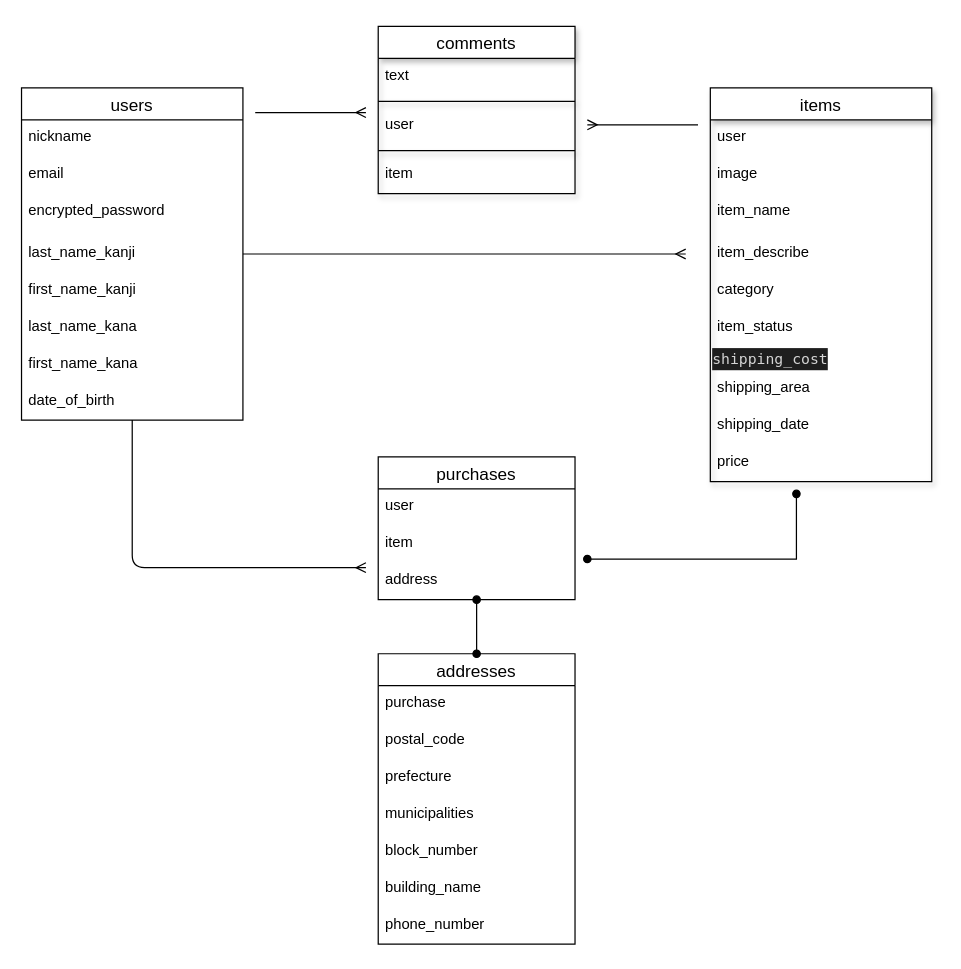
This is page "ページ1" (1 of 2) of furima.dio from taka-0713/furima-32616, a draw.io file, before an edit. Source tidied: cells renumbered, new cells numbered last; positions are measured from the earlier drawing's top-left corner, leaving out a move shared by most shapes. Both pictures are drawn from the tidied source at 123%, with x=0, y=0 at pixel (21, 26).
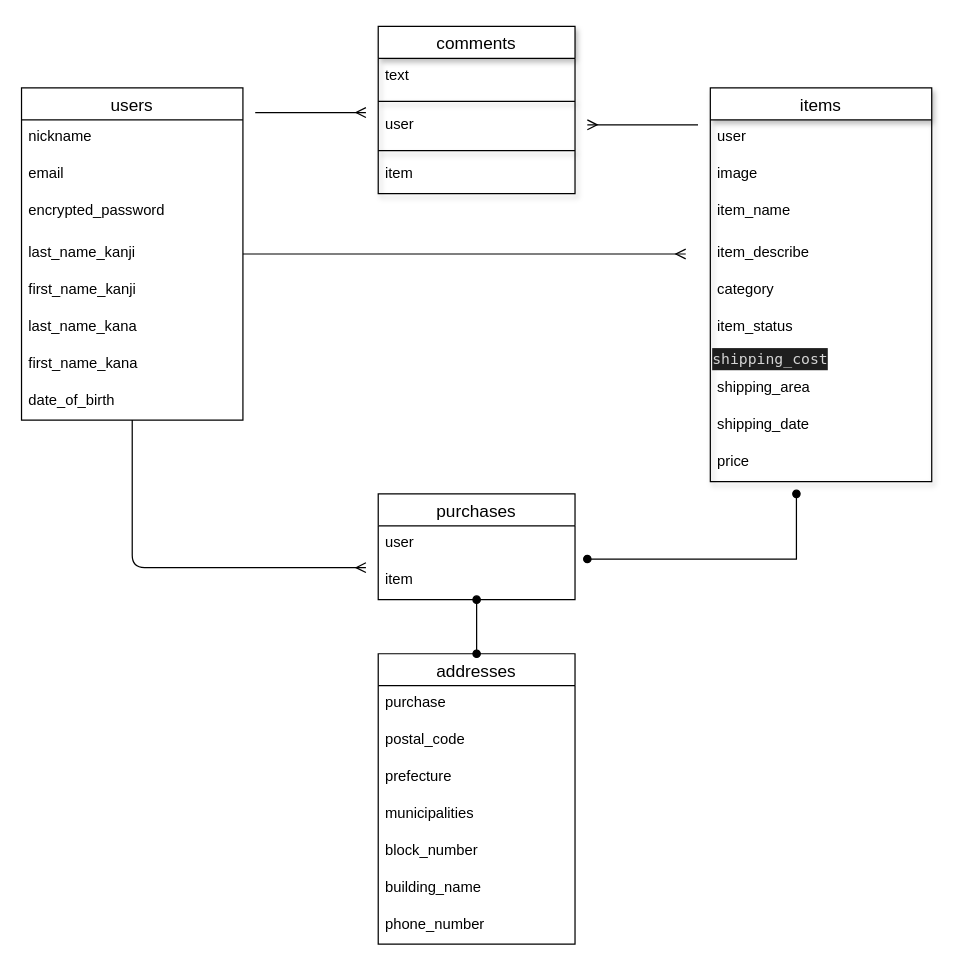
After the change.

Commit message (it also covers changes not shown here):
データベース設計(修正4回目)

The edit, as a diff of the source:
```diff
@@
     <mxCell id="35" value="purchases" style="swimlane;fontStyle=0;horizontal=1;startSize=26;align=center;fontSize=14;" parent="1" vertex="1">
-      <mxGeometry x="290" y="350" width="160" height="116" as="geometry" />
+      <mxGeometry x="290" y="380" width="160" height="86" as="geometry" />
     </mxCell>
@@
-    <mxCell id="38" value="address" style="text;strokeColor=none;fillColor=none;spacingLeft=4;spacingRight=4;overflow=hidden;fontSize=12;" parent="35" vertex="1">
-      <mxGeometry y="86" width="160" height="30" as="geometry" />
-    </mxCell>
```
